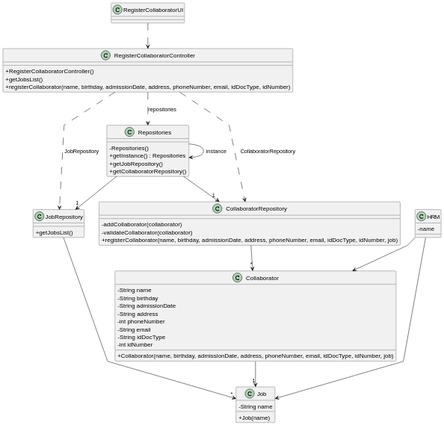
daniel41silva05/ISEP_2023_2024_LAPR2 keeps this PlantUML diagram as docs/sprintA&B/us003/03.design/svg/us003-class-diagram.svg. Above is the earlier version.
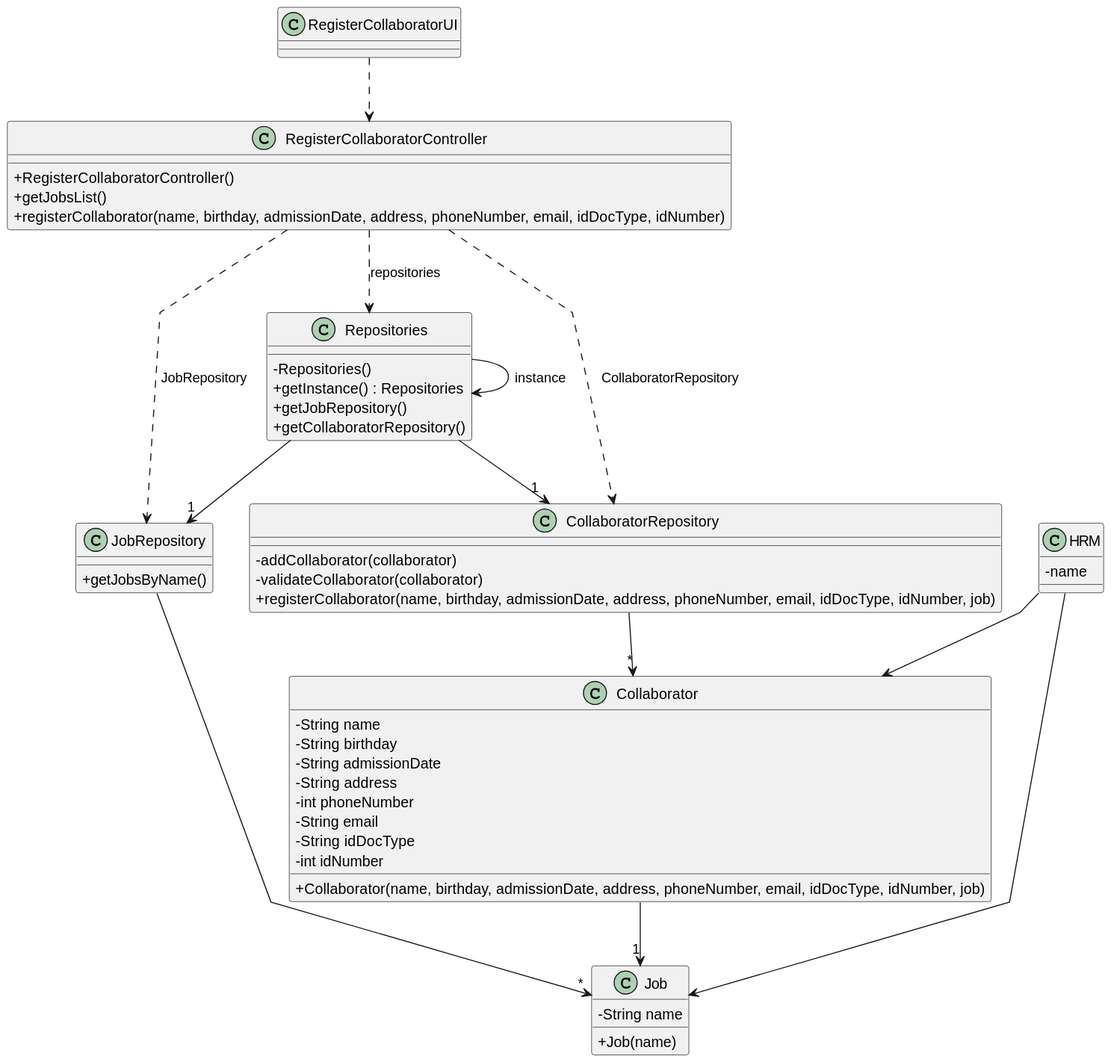
Later version of the same file.

The edit, as a diff of the source:
```diff
@@ -35,7 +35,7 @@
 }
 
 class JobRepository {
-    +getJobsList()
+    +getJobsByName()
 }
 
 class Job {
```
